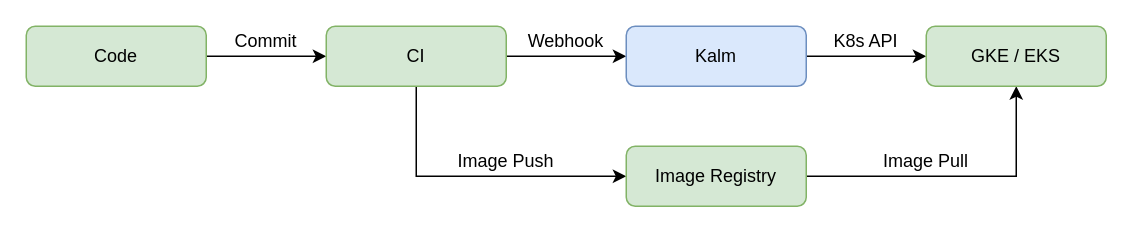
Before: kalm-position.drawio in davidqhr/diagrams-storage, a draw.io diagram. Source tidied: cells renumbered, new cells numbered last; positions are measured from the earlier drawing's top-left corner, leaving out a move shared by most shapes. Both pictures are drawn from the tidied source at 150%, with x=0, y=0 at pixel (26, 26).
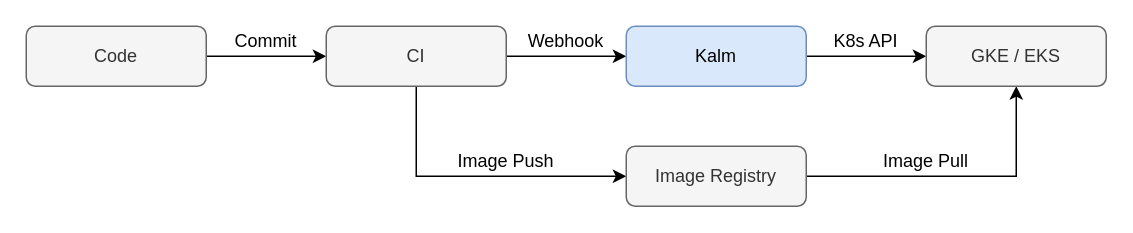
The same diagram, later.

Diff of the diagram source:
```diff
@@
 <mxGraphModel>
   <root>
     <mxCell id="0" />
     <mxCell id="1" parent="0" />
     <mxCell id="2" style="edgeStyle=orthogonalEdgeStyle;rounded=0;jettySize=auto;html=1;entryX=0;entryY=0.5;entryDx=0;entryDy=0;" parent="1" edge="1" source="3" target="6">
       <mxGeometry relative="1" as="geometry" />
     </mxCell>
-    <mxCell id="3" value="Code" style="rounded=1;whiteSpace=wrap;html=1;fillColor=#d5e8d4;strokeColor=#82b366;" parent="1" vertex="1">
+    <mxCell id="3" value="Code" style="rounded=1;whiteSpace=wrap;html=1;fillColor=#f5f5f5;strokeColor=#666666;fontColor=#333333;" parent="1" vertex="1">
       <mxGeometry width="120" height="40" as="geometry" />
     </mxCell>
     <mxCell id="4" style="edgeStyle=orthogonalEdgeStyle;rounded=0;jettySize=auto;html=1;entryX=0;entryY=0.5;entryDx=0;entryDy=0;" parent="1" edge="1" source="6" target="10">
       <mxGeometry relative="1" as="geometry" />
     </mxCell>
     <mxCell id="5" style="edgeStyle=orthogonalEdgeStyle;rounded=0;jettySize=auto;html=1;entryX=0;entryY=0.5;entryDx=0;entryDy=0;" parent="1" edge="1" source="6" target="8">
       <mxGeometry relative="1" as="geometry">
         <Array as="points">
           <mxPoint x="260" y="100" />
         </Array>
       </mxGeometry>
     </mxCell>
-    <mxCell id="6" value="CI" style="rounded=1;whiteSpace=wrap;html=1;fillColor=#d5e8d4;strokeColor=#82b366;" parent="1" vertex="1">
+    <mxCell id="6" value="CI" style="rounded=1;whiteSpace=wrap;html=1;fillColor=#f5f5f5;strokeColor=#666666;fontColor=#333333;" parent="1" vertex="1">
       <mxGeometry x="200" width="120" height="40" as="geometry" />
     </mxCell>
     <mxCell id="7" style="edgeStyle=orthogonalEdgeStyle;rounded=0;jettySize=auto;html=1;entryX=0.5;entryY=1;entryDx=0;entryDy=0;" parent="1" edge="1" source="8" target="11">
       <mxGeometry relative="1" as="geometry" />
     </mxCell>
-    <mxCell id="8" value="Image Registry" style="rounded=1;whiteSpace=wrap;html=1;fillColor=#d5e8d4;strokeColor=#82b366;" parent="1" vertex="1">
+    <mxCell id="8" value="Image Registry" style="rounded=1;whiteSpace=wrap;html=1;fillColor=#f5f5f5;strokeColor=#666666;fontColor=#333333;" parent="1" vertex="1">
       <mxGeometry x="400" y="80" width="120" height="40" as="geometry" />
     </mxCell>
     <mxCell id="9" style="edgeStyle=orthogonalEdgeStyle;rounded=0;jettySize=auto;html=1;entryX=0;entryY=0.5;entryDx=0;entryDy=0;" parent="1" edge="1" source="10" target="11">
       <mxGeometry relative="1" as="geometry" />
     </mxCell>
     <mxCell id="10" value="Kalm" style="rounded=1;whiteSpace=wrap;html=1;fillColor=#dae8fc;strokeColor=#6c8ebf;" parent="1" vertex="1">
       <mxGeometry x="400" width="120" height="40" as="geometry" />
     </mxCell>
-    <mxCell id="11" value="GKE / EKS" style="rounded=1;whiteSpace=wrap;html=1;fillColor=#d5e8d4;strokeColor=#82b366;" parent="1" vertex="1">
+    <mxCell id="11" value="GKE / EKS" style="rounded=1;whiteSpace=wrap;html=1;fillColor=#f5f5f5;strokeColor=#666666;fontColor=#333333;" parent="1" vertex="1">
       <mxGeometry x="600" width="120" height="40" as="geometry" />
     </mxCell>
     <mxCell id="12" value="Commit" style="text;html=1;strokeColor=none;fillColor=none;align=center;verticalAlign=middle;whiteSpace=wrap;rounded=0;" parent="1" vertex="1">
       <mxGeometry x="140" width="40" height="20" as="geometry" />
     </mxCell>
     <mxCell id="13" value="Image Push" style="text;html=1;strokeColor=none;fillColor=none;align=center;verticalAlign=middle;whiteSpace=wrap;rounded=0;" parent="1" vertex="1">
       <mxGeometry x="280" y="80" width="80" height="20" as="geometry" />
     </mxCell>
     <mxCell id="14" value="Image Pull" style="text;html=1;strokeColor=none;fillColor=none;align=center;verticalAlign=middle;whiteSpace=wrap;rounded=0;" parent="1" vertex="1">
       <mxGeometry x="560" y="80" width="80" height="20" as="geometry" />
     </mxCell>
     <mxCell id="15" value="Webhook" style="text;html=1;strokeColor=none;fillColor=none;align=center;verticalAlign=middle;whiteSpace=wrap;rounded=0;" parent="1" vertex="1">
       <mxGeometry x="320" width="80" height="20" as="geometry" />
     </mxCell>
     <mxCell id="16" value="K8s API" style="text;html=1;strokeColor=none;fillColor=none;align=center;verticalAlign=middle;whiteSpace=wrap;rounded=0;" parent="1" vertex="1">
       <mxGeometry x="520" width="80" height="20" as="geometry" />
     </mxCell>
   </root>
 </mxGraphModel>
```
